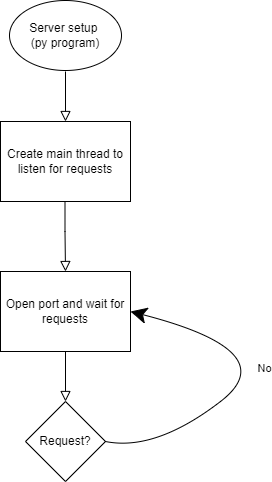
Earlier version of the draw.io export CS484_proj2_flowchart.png (cd2323/hello-world). Source tidied: cells renumbered, new cells last; positions are measured from the earlier drawing's top-left corner, leaving out a move shared by most shapes.
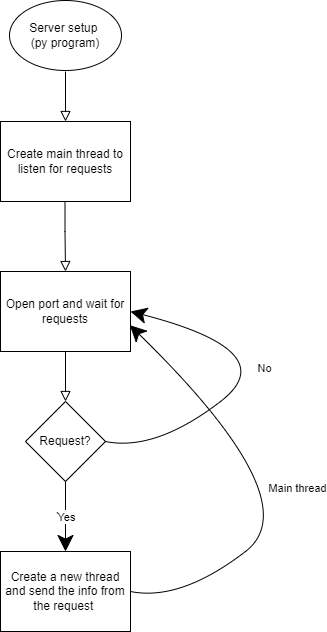
Above is the later version.

Change to the diagram source:
```diff
@@ -61,5 +61,28 @@
     <mxCell id="13" value="No" style="edgeLabel;html=1;align=center;verticalAlign=middle;hachureGap=4;" parent="12" vertex="1">
       <mxGeometry relative="1" as="geometry" />
     </mxCell>
+    <mxCell id="14" value="Yes" style="endArrow=classic;html=1;rounded=0;startSize=14;endSize=14;sourcePerimeterSpacing=8;targetPerimeterSpacing=8;curved=1;exitX=0.5;exitY=1;exitDx=0;exitDy=0;" parent="1" edge="1" source="10">
+      <mxGeometry relative="1" as="geometry">
+        <mxPoint x="65" y="551" as="targetPoint" />
+      </mxGeometry>
+    </mxCell>
+    <mxCell id="15" value="Yes" style="edgeLabel;html=1;align=center;verticalAlign=middle;hachureGap=4;" parent="14" vertex="1">
+      <mxGeometry relative="1" as="geometry" />
+    </mxCell>
+    <mxCell id="16" value="Create a new thread and send the info from the request&amp;nbsp;" style="rounded=0;whiteSpace=wrap;html=1;hachureGap=4;" parent="1" vertex="1">
+      <mxGeometry y="551" width="130" height="80" as="geometry" />
+    </mxCell>
+    <mxCell id="17" style="endArrow=classic;html=1;rounded=0;startSize=14;endSize=14;sourcePerimeterSpacing=8;targetPerimeterSpacing=8;curved=1;entryX=0.995;entryY=0.671;entryDx=0;entryDy=0;exitX=1;exitY=0.5;exitDx=0;exitDy=0;entryPerimeter=0;" parent="1" edge="1" target="9">
+      <mxGeometry relative="1" as="geometry">
+        <mxPoint x="130" y="591" as="sourcePoint" />
+        <Array as="points">
+          <mxPoint x="180" y="601" />
+          <mxPoint x="310" y="501" />
+        </Array>
+      </mxGeometry>
+    </mxCell>
+    <mxCell id="18" value="Main thread" style="edgeLabel;html=1;align=center;verticalAlign=middle;hachureGap=4;" parent="17" vertex="1">
+      <mxGeometry relative="1" as="geometry" />
+    </mxCell>
   </root>
 </mxGraphModel>
```
